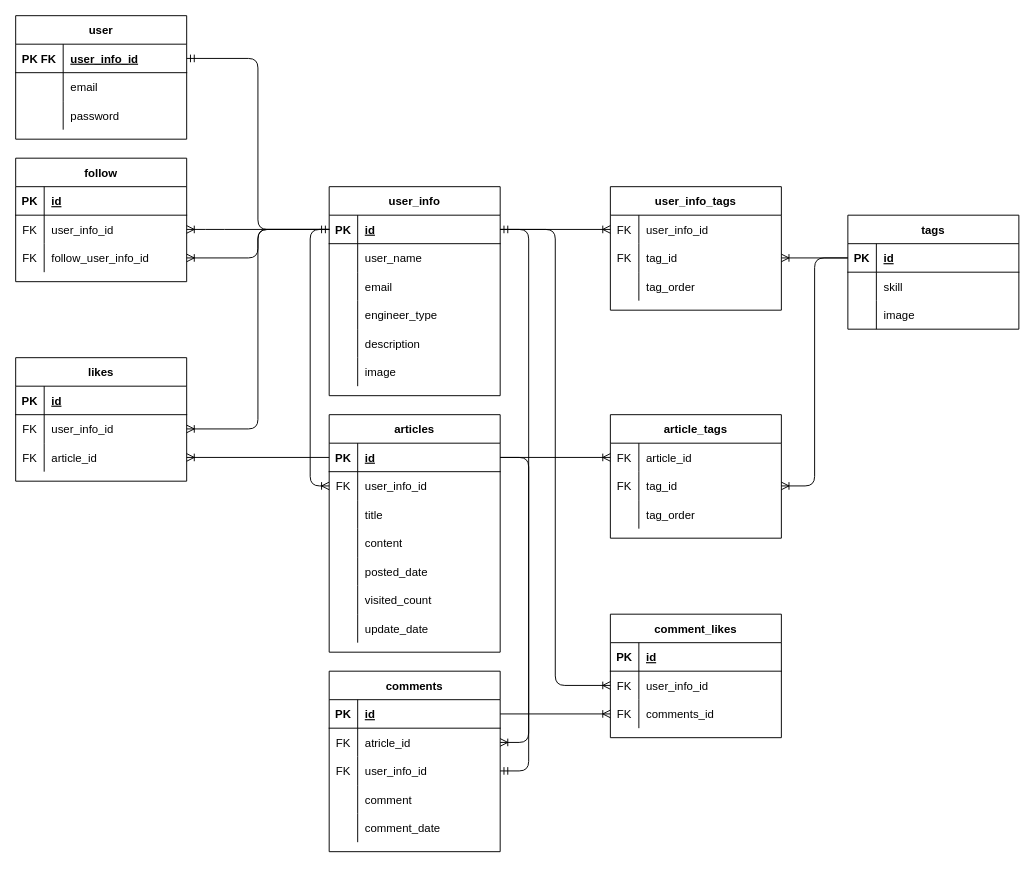
The draw.io diagram Designs/ER図.drawio in yusuke-rakus/Qiish, before the edit. Source tidied: cells renumbered, new cells numbered last; positions are measured from the earlier drawing's top-left corner, leaving out a move shared by most shapes. Both pictures are drawn from the tidied source at 95%, with x=0, y=0 at pixel (15, 15).
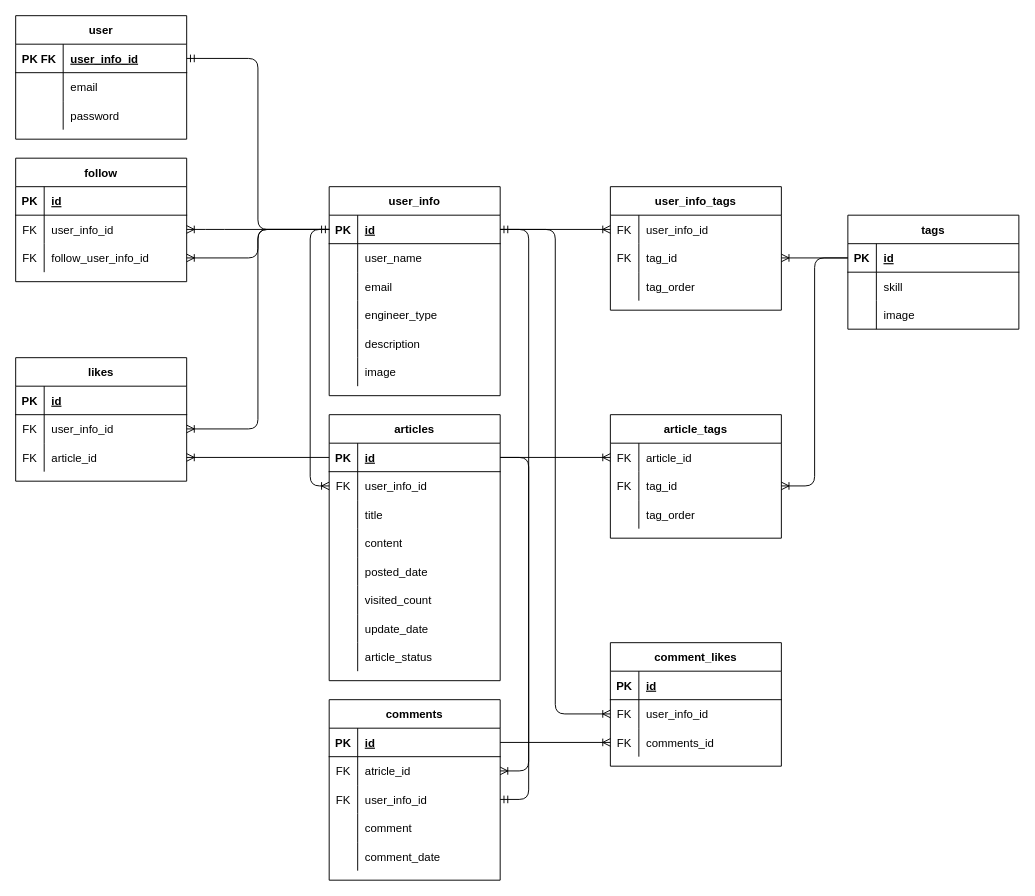
The same page after the edit.

The edit, as a diff of the source:
```diff
@@
     <mxCell id="51" value="articles" style="shape=table;startSize=30;childLayout=tableLayout;rowLines=0;fontStyle=1;align=center;" parent="1" vertex="1">
-      <mxGeometry x="330" y="420" width="180" height="250" as="geometry" />
+      <mxGeometry x="330" y="420" width="180" height="280" as="geometry" />
     </mxCell>
@@
+    <mxCell id="143" style="shape=partialRectangle;fillColor=none;top=0;left=0;bottom=0;right=0;" parent="51" vertex="1">
+      <mxGeometry y="240" width="180" height="30" as="geometry" />
+    </mxCell>
+    <mxCell id="144" style="shape=partialRectangle;fillColor=none;top=0;left=0;bottom=0;right=0;overflow=hidden;" parent="143" vertex="1">
+      <mxGeometry width="30" height="30" as="geometry" />
+    </mxCell>
+    <mxCell id="145" value="article_status" style="shape=partialRectangle;fillColor=none;top=0;left=0;bottom=0;right=0;align=left;spacingLeft=6;overflow=hidden;" parent="143" vertex="1">
+      <mxGeometry x="30" width="150" height="30" as="geometry" />
+    </mxCell>
@@
     <mxCell id="113" value="comments" style="shape=table;startSize=30;childLayout=tableLayout;rowLines=0;fontStyle=1;align=center;" parent="1" vertex="1">
-      <mxGeometry x="330" y="690" width="180" height="190" as="geometry" />
+      <mxGeometry x="330" y="720" width="180" height="190" as="geometry" />
     </mxCell>
@@
     <mxCell id="131" value="comment_likes" style="shape=table;startSize=30;childLayout=tableLayout;rowLines=0;fontStyle=1;align=center;" parent="1" vertex="1">
-      <mxGeometry x="626" y="630" width="180" height="130" as="geometry" />
+      <mxGeometry x="626" y="660" width="180" height="130" as="geometry" />
     </mxCell>
```
